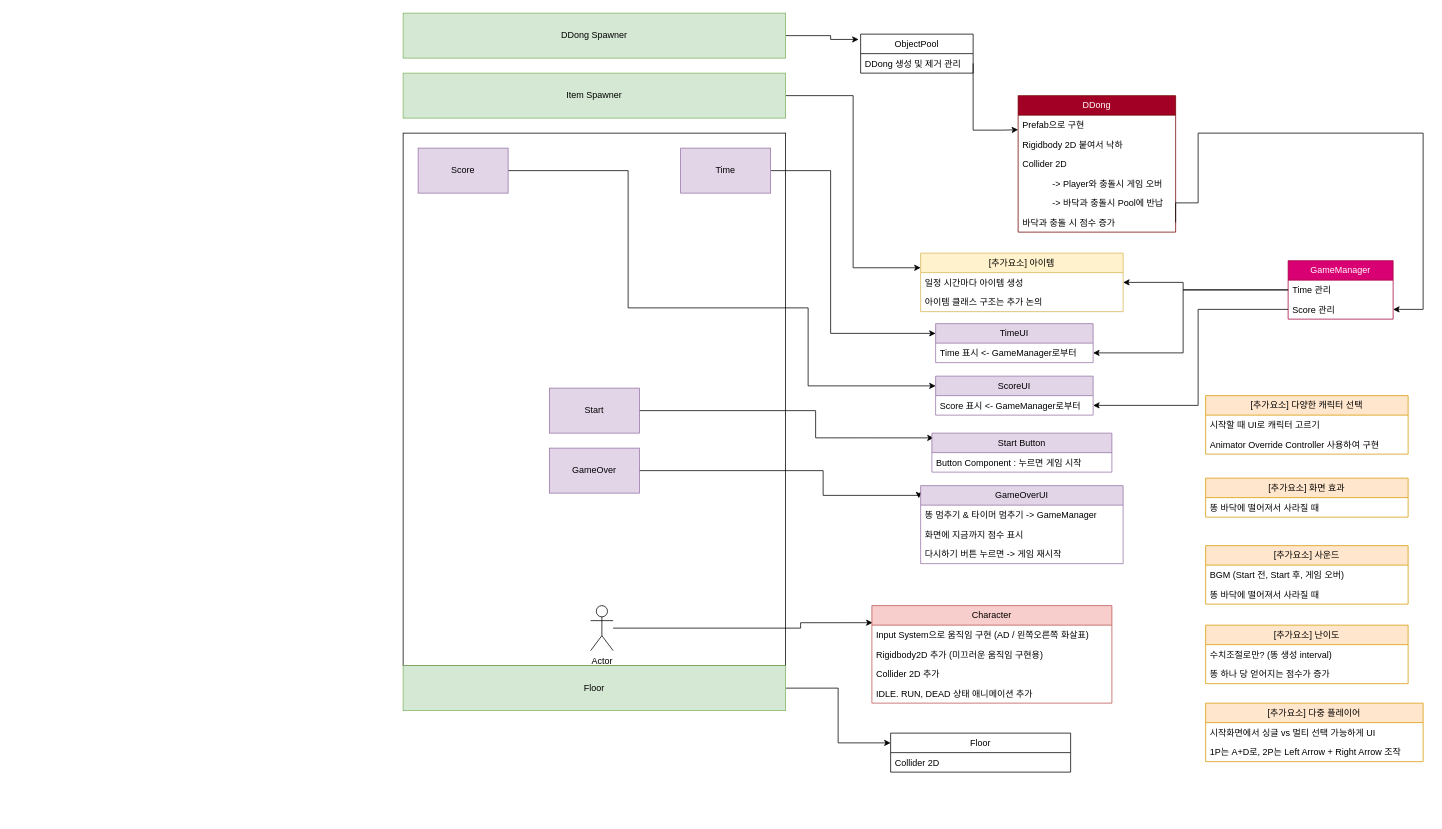
Earlier version of the draw.io diagram WireFrame.drawio (HJ-and-Bulls/Suberunker). Source tidied: cells renumbered, new cells numbered last; positions are measured from the earlier drawing's top-left corner, leaving out a move shared by most shapes. Both pictures are drawn from the tidied source at 75%, with x=0, y=0 at pixel (403, 13).
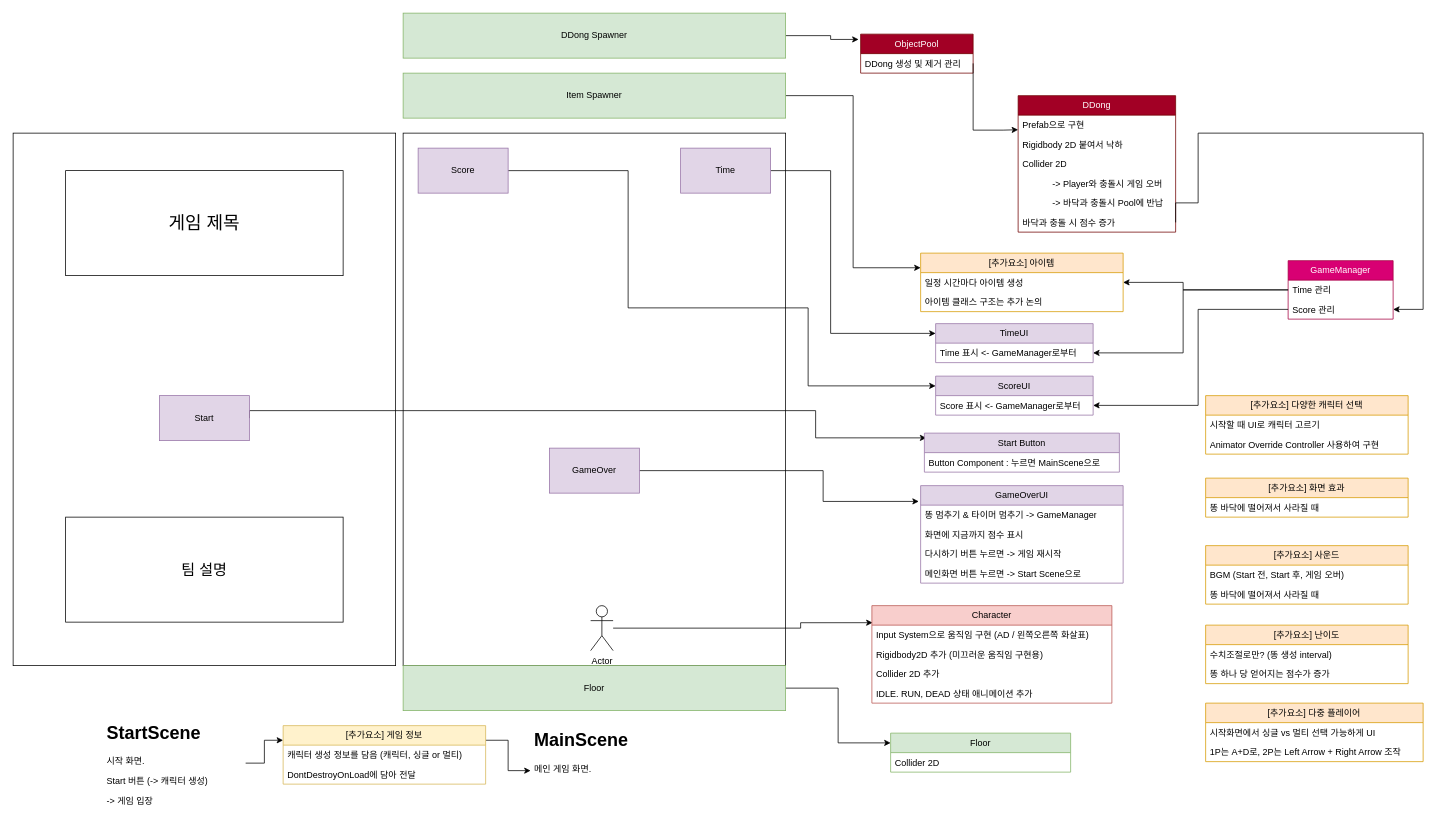
After the change.

Unchanged cells that the change refers to:
```xml
<mxCell id="59" value="GameOver" style="rounded=0;whiteSpace=wrap;html=1;fillColor=#e1d5e7;strokeColor=#9673a6;" parent="1" vertex="1">
  <mxGeometry x="195" y="580" width="120" height="60" as="geometry" />
</mxCell>
```

What changed in the source:
```diff
@@
+    <mxCell id="70" style="rounded=0;whiteSpace=wrap;html=1;" parent="1" vertex="1">
+      <mxGeometry x="-520" y="160" width="510" height="710" as="geometry" />
+    </mxCell>
+    <mxCell id="71" value="&lt;font style=&quot;font-size: 24px;&quot;&gt;게임 제목&lt;/font&gt;" style="rounded=0;whiteSpace=wrap;html=1;" parent="1" vertex="1">
+      <mxGeometry x="-450" y="210" width="370" height="140" as="geometry" />
+    </mxCell>
@@
-    <mxCell id="7" value="ObjectPool" style="swimlane;fontStyle=0;horizontal=1;startSize=26;fillColor=none;whiteSpace=wrap;html=1;" parent="1" vertex="1">
+    <mxCell id="7" value="ObjectPool" style="swimlane;fontStyle=0;horizontal=1;startSize=26;fillColor=#a20025;whiteSpace=wrap;html=1;fontColor=#ffffff;strokeColor=#6F0000;" parent="1" vertex="1">
       <mxGeometry x="610" y="28" width="150" height="52" as="geometry" />
     </mxCell>
@@
     <mxCell id="23" value="Start" style="rounded=0;whiteSpace=wrap;html=1;fillColor=#e1d5e7;strokeColor=#9673a6;" parent="1" vertex="1">
-      <mxGeometry x="195" y="500" width="120" height="60" as="geometry" />
+      <mxGeometry x="-325" y="510" width="120" height="60" as="geometry" />
     </mxCell>
     <mxCell id="24" value="Start Button" style="swimlane;fontStyle=0;horizontal=1;startSize=26;fillColor=#e1d5e7;whiteSpace=wrap;html=1;strokeColor=#9673a6;" parent="1" vertex="1">
-      <mxGeometry x="705" y="560" width="240" height="52" as="geometry" />
+      <mxGeometry x="695" y="560" width="260" height="52" as="geometry" />
     </mxCell>
-    <mxCell id="25" value="Button Component : 누르면 게임 시작" style="text;strokeColor=none;fillColor=none;align=left;verticalAlign=top;spacingLeft=4;spacingRight=4;overflow=hidden;whiteSpace=wrap;html=1;" parent="24" vertex="1">
-      <mxGeometry y="26" width="240" height="26" as="geometry" />
+    <mxCell id="25" value="Button Component : 누르면 MainScene으로" style="text;strokeColor=none;fillColor=none;align=left;verticalAlign=top;spacingLeft=4;spacingRight=4;overflow=hidden;whiteSpace=wrap;html=1;" parent="24" vertex="1">
+      <mxGeometry y="26" width="260" height="26" as="geometry" />
     </mxCell>
@@
-    <mxCell id="41" value="Floor" style="swimlane;fontStyle=0;horizontal=1;startSize=26;fillColor=none;whiteSpace=wrap;html=1;" parent="1" vertex="1">
+    <mxCell id="41" value="Floor" style="swimlane;fontStyle=0;horizontal=1;startSize=26;fillColor=#d5e8d4;whiteSpace=wrap;html=1;strokeColor=#82b366;" parent="1" vertex="1">
       <mxGeometry x="650" y="960" width="240" height="52" as="geometry" />
     </mxCell>
-    <mxCell id="42" value="Collider 2D" style="text;strokeColor=none;fillColor=none;align=left;verticalAlign=top;spacingLeft=4;spacingRight=4;overflow=hidden;whiteSpace=wrap;html=1;" parent="41" vertex="1">
+    <mxCell id="42" value="Collider 2D" style="text;align=left;verticalAlign=top;spacingLeft=4;spacingRight=4;overflow=hidden;whiteSpace=wrap;html=1;" parent="41" vertex="1">
       <mxGeometry y="26" width="240" height="26" as="geometry" />
     </mxCell>
@@
-    <mxCell id="49" value="[추가요소] 아이템" style="swimlane;fontStyle=0;horizontal=1;startSize=26;fillColor=#fff2cc;whiteSpace=wrap;html=1;strokeColor=#d6b656;" parent="1" vertex="1">
+    <mxCell id="49" value="[추가요소] 아이템" style="swimlane;fontStyle=0;horizontal=1;startSize=26;fillColor=#ffe6cc;whiteSpace=wrap;html=1;strokeColor=#d79b00;" parent="1" vertex="1">
       <mxGeometry x="690" y="320" width="270" height="78" as="geometry" />
     </mxCell>
@@
     <mxCell id="58" style="edgeStyle=orthogonalEdgeStyle;rounded=0;jettySize=auto;html=1;entryX=-0.009;entryY=0.162;entryDx=0;entryDy=0;entryPerimeter=0;" parent="1" edge="1" source="59" target="60">
       <mxGeometry relative="1" as="geometry">
         <Array as="points">
           <mxPoint x="560" y="610" />
-          <mxPoint x="560" y="643" />
+          <mxPoint x="560" y="651" />
         </Array>
       </mxGeometry>
     </mxCell>
@@
     <mxCell id="60" value="GameOverUI" style="swimlane;fontStyle=0;horizontal=1;startSize=26;fillColor=#e1d5e7;whiteSpace=wrap;html=1;strokeColor=#9673a6;" parent="1" vertex="1">
-      <mxGeometry x="690" y="630" width="270" height="104" as="geometry" />
+      <mxGeometry x="690" y="630" width="270" height="130" as="geometry" />
     </mxCell>
@@
+    <mxCell id="72" value="메인화면 버튼 누르면 -&amp;gt; Start Scene으로" style="text;strokeColor=none;fillColor=none;align=left;verticalAlign=top;spacingLeft=4;spacingRight=4;overflow=hidden;whiteSpace=wrap;html=1;" parent="60" vertex="1">
+      <mxGeometry y="104" width="270" height="26" as="geometry" />
+    </mxCell>
@@
+    <mxCell id="73" style="edgeStyle=orthogonalEdgeStyle;rounded=0;jettySize=auto;html=1;entryX=0;entryY=0.25;entryDx=0;entryDy=0;" parent="1" edge="1" source="74" target="78">
+      <mxGeometry relative="1" as="geometry" />
+    </mxCell>
+    <mxCell id="74" value="&lt;h1&gt;StartScene&lt;/h1&gt;&lt;p&gt;시작 화면.&lt;br&gt;&lt;/p&gt;&lt;p&gt;Start 버튼 (-&amp;gt; 캐릭터 생성)&lt;/p&gt;&lt;p&gt;-&amp;gt; 게임 입장&lt;/p&gt;" style="text;html=1;strokeColor=none;fillColor=none;spacing=5;spacingTop=-20;whiteSpace=wrap;overflow=hidden;rounded=0;" parent="1" vertex="1">
+      <mxGeometry x="-400" y="940" width="190" height="120" as="geometry" />
+    </mxCell>
+    <mxCell id="75" value="&lt;h1&gt;MainScene&lt;/h1&gt;&lt;p&gt;메인 게임 화면.&lt;/p&gt;" style="text;html=1;strokeColor=none;fillColor=none;spacing=5;spacingTop=-20;whiteSpace=wrap;overflow=hidden;rounded=0;" parent="1" vertex="1">
+      <mxGeometry x="170" y="950" width="190" height="120" as="geometry" />
+    </mxCell>
+    <mxCell id="76" value="&lt;font style=&quot;font-size: 20px;&quot;&gt;팀 설명&lt;/font&gt;" style="rounded=0;whiteSpace=wrap;html=1;" parent="1" vertex="1">
+      <mxGeometry x="-450" y="672" width="370" height="140" as="geometry" />
+    </mxCell>
+    <mxCell id="77" style="edgeStyle=orthogonalEdgeStyle;rounded=0;jettySize=auto;html=1;exitX=1;exitY=0.25;exitDx=0;exitDy=0;entryX=0;entryY=0.5;entryDx=0;entryDy=0;" parent="1" edge="1" source="78" target="75">
+      <mxGeometry relative="1" as="geometry" />
+    </mxCell>
+    <mxCell id="78" value="[추가요소] 게임 정보" style="swimlane;fontStyle=0;horizontal=1;startSize=26;fillColor=#fff2cc;whiteSpace=wrap;html=1;strokeColor=#d6b656;" parent="1" vertex="1">
+      <mxGeometry x="-160" y="950" width="270" height="78" as="geometry" />
+    </mxCell>
+    <mxCell id="79" value="캐릭터 생성 정보를 담음 (캐릭터, 싱글 or 멀티)" style="text;strokeColor=none;fillColor=none;align=left;verticalAlign=top;spacingLeft=4;spacingRight=4;overflow=hidden;whiteSpace=wrap;html=1;" parent="78" vertex="1">
+      <mxGeometry y="26" width="270" height="26" as="geometry" />
+    </mxCell>
+    <mxCell id="80" value="DontDestroyOnLoad에 담아 전달" style="text;strokeColor=none;fillColor=none;align=left;verticalAlign=top;spacingLeft=4;spacingRight=4;overflow=hidden;whiteSpace=wrap;html=1;" parent="78" vertex="1">
+      <mxGeometry y="52" width="270" height="26" as="geometry" />
+    </mxCell>
```
